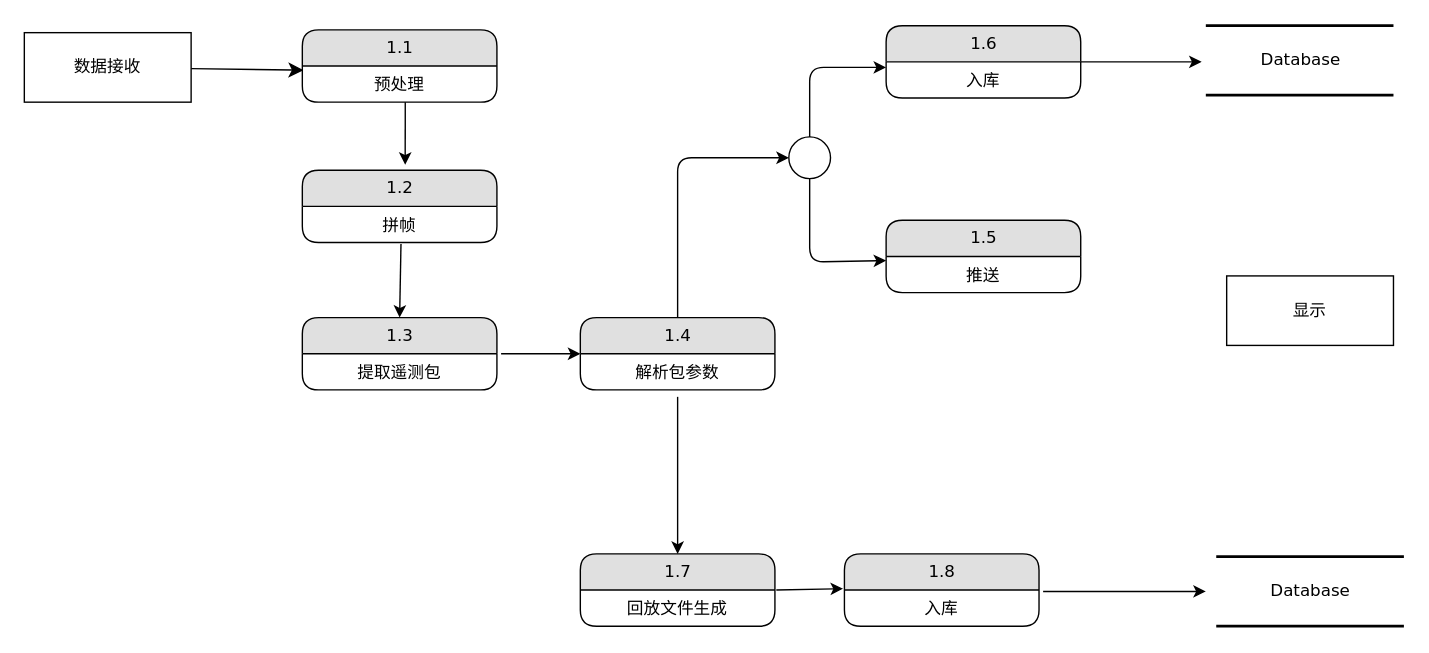
This is images/Untitled Diagram.drawio from ShandowOfStarLight/love_bot, a draw.io file, before an edit. Source tidied: cells renumbered, new cells numbered last; positions are measured from the earlier drawing's top-left corner, leaving out a move shared by most shapes. Both pictures are drawn from the tidied source at 139%, with x=0, y=0 at pixel (24, 25).
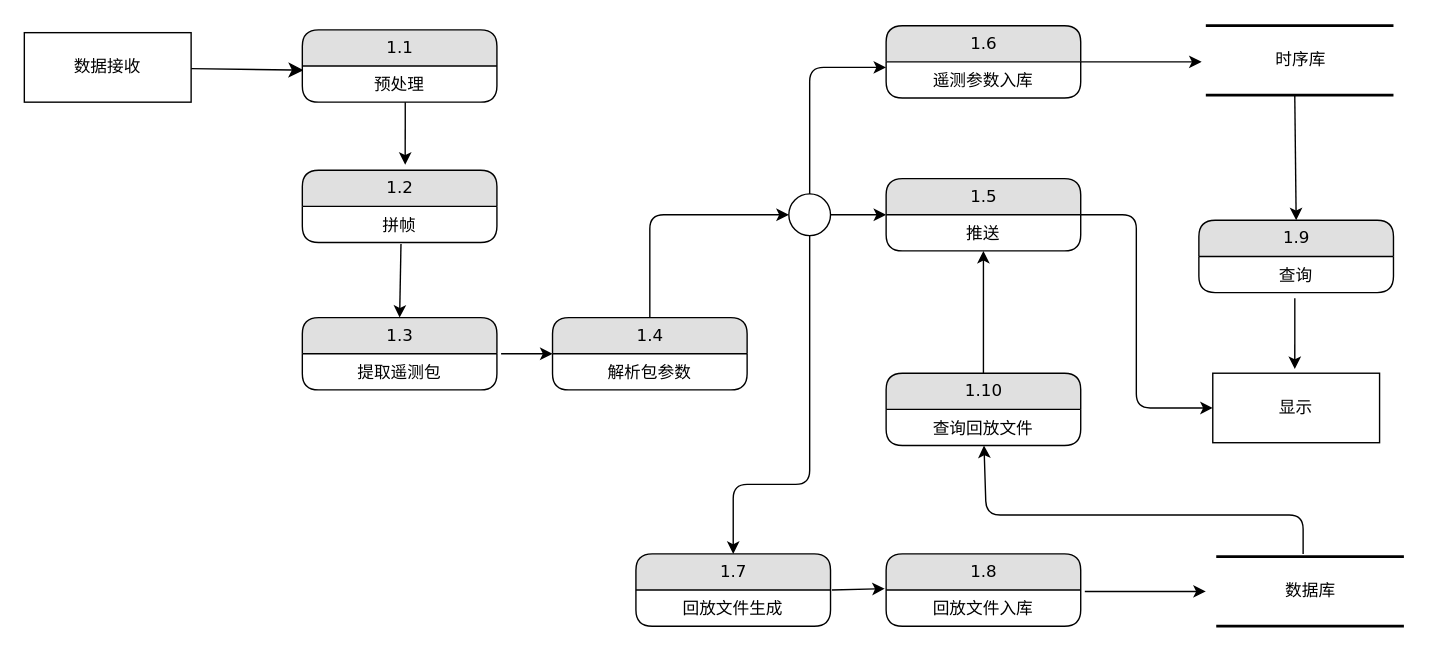
After the change.

Unchanged cells that the change refers to:
```xml
<mxCell id="7" value="推送" style="text;html=1;strokeColor=none;fillColor=none;spacingLeft=4;spacingRight=4;whiteSpace=wrap;overflow=hidden;points=[[0,0.5],[1,0.5]];portConstraint=eastwest;align=center;" parent="6" vertex="1">
  <mxGeometry y="26" width="140" height="26" as="geometry" />
</mxCell>
<mxCell id="9" value="1.6" style="swimlane;html=1;fontStyle=0;horizontal=1;startSize=26;fillColor=#e0e0e0;swimlaneFillColor=#ffffff;align=center;rounded=1;shadow=0;comic=0;labelBackgroundColor=none;strokeWidth=1;fontFamily=Verdana;fontSize=12;" parent="1" vertex="1">
  <mxGeometry x="620" width="140" height="52" as="geometry" />
</mxCell>
```

Change to the diagram source:
```diff
@@
-    <mxCell id="2" value="Database" style="html=1;rounded=0;shadow=0;comic=0;labelBackgroundColor=none;strokeWidth=2;fontFamily=Verdana;fontSize=12;align=center;shape=mxgraph.ios7ui.horLines;" parent="1" vertex="1">
+    <mxCell id="2" value="时序库" style="html=1;rounded=0;shadow=0;comic=0;labelBackgroundColor=none;strokeWidth=2;fontFamily=Verdana;fontSize=12;align=center;shape=mxgraph.ios7ui.horLines;" parent="1" vertex="1">
       <mxGeometry x="850" width="135" height="50" as="geometry" />
     </mxCell>
     <mxCell id="3" value="显示" style="whiteSpace=wrap;html=1;rounded=0;shadow=0;comic=0;labelBackgroundColor=none;strokeWidth=1;fontFamily=Verdana;fontSize=12;align=center;" parent="1" vertex="1">
-      <mxGeometry x="865" y="180" width="120" height="50" as="geometry" />
+      <mxGeometry x="855" y="250" width="120" height="50" as="geometry" />
     </mxCell>
@@
     <mxCell id="6" value="1.5" style="swimlane;html=1;fontStyle=0;horizontal=1;startSize=26;fillColor=#e0e0e0;swimlaneFillColor=#ffffff;align=center;rounded=1;shadow=0;comic=0;labelBackgroundColor=none;strokeWidth=1;fontFamily=Verdana;fontSize=12;" parent="1" vertex="1">
-      <mxGeometry x="620" y="140" width="140" height="52" as="geometry" />
+      <mxGeometry x="620" y="110" width="140" height="52" as="geometry" />
     </mxCell>
+    <mxCell id="34" style="endArrow=classic;html=1;entryX=0;entryY=0.5;entryDx=0;entryDy=0;" parent="6" edge="1" target="3">
+      <mxGeometry relative="1" as="geometry">
+        <mxPoint x="140" y="26" as="sourcePoint" />
+        <Array as="points">
+          <mxPoint x="180" y="26" />
+          <mxPoint x="180" y="165" />
+        </Array>
+      </mxGeometry>
+    </mxCell>
@@
-    <mxCell id="8" value="Database" style="html=1;rounded=0;shadow=0;comic=0;labelBackgroundColor=none;strokeWidth=2;fontFamily=Verdana;fontSize=12;align=center;shape=mxgraph.ios7ui.horLines;" parent="1" vertex="1">
+    <mxCell id="8" value="数据库" style="html=1;rounded=0;shadow=0;comic=0;labelBackgroundColor=none;strokeWidth=2;fontFamily=Verdana;fontSize=12;align=center;shape=mxgraph.ios7ui.horLines;" parent="1" vertex="1">
       <mxGeometry x="857.5" y="382" width="135" height="50" as="geometry" />
     </mxCell>
@@
-    <mxCell id="10" value="入库" style="text;html=1;strokeColor=none;fillColor=none;spacingLeft=4;spacingRight=4;whiteSpace=wrap;overflow=hidden;points=[[0,0.5],[1,0.5]];portConstraint=eastwest;align=center;" parent="9" vertex="1">
+    <mxCell id="10" value="遥测参数入库" style="text;html=1;strokeColor=none;fillColor=none;spacingLeft=4;spacingRight=4;whiteSpace=wrap;overflow=hidden;points=[[0,0.5],[1,0.5]];portConstraint=eastwest;align=center;" parent="9" vertex="1">
       <mxGeometry y="26" width="140" height="26" as="geometry" />
     </mxCell>
@@
     <mxCell id="15" value="1.8" style="swimlane;html=1;fontStyle=0;horizontal=1;startSize=26;fillColor=#e0e0e0;swimlaneFillColor=#ffffff;align=center;rounded=1;shadow=0;comic=0;labelBackgroundColor=none;strokeWidth=1;fontFamily=Verdana;fontSize=12;" parent="1" vertex="1">
-      <mxGeometry x="590" y="380" width="140" height="52" as="geometry" />
+      <mxGeometry x="620" y="380" width="140" height="52" as="geometry" />
     </mxCell>
-    <mxCell id="16" value="入库" style="text;html=1;strokeColor=none;fillColor=none;spacingLeft=4;spacingRight=4;whiteSpace=wrap;overflow=hidden;points=[[0,0.5],[1,0.5]];portConstraint=eastwest;align=center;" parent="15" vertex="1">
+    <mxCell id="16" value="回放文件入库" style="text;html=1;strokeColor=none;fillColor=none;spacingLeft=4;spacingRight=4;whiteSpace=wrap;overflow=hidden;points=[[0,0.5],[1,0.5]];portConstraint=eastwest;align=center;" parent="15" vertex="1">
       <mxGeometry y="26" width="140" height="26" as="geometry" />
     </mxCell>
@@
     <mxCell id="19" value="1.4" style="swimlane;html=1;fontStyle=0;horizontal=1;startSize=26;fillColor=#e0e0e0;swimlaneFillColor=#ffffff;align=center;rounded=1;shadow=0;comic=0;labelBackgroundColor=none;strokeWidth=1;fontFamily=Verdana;fontSize=12;" parent="1" vertex="1">
-      <mxGeometry x="400" y="210" width="140" height="52" as="geometry" />
+      <mxGeometry x="380" y="210" width="140" height="52" as="geometry" />
     </mxCell>
@@
     <mxCell id="21" value="1.7" style="swimlane;html=1;fontStyle=0;horizontal=1;startSize=26;fillColor=#e0e0e0;swimlaneFillColor=#ffffff;align=center;rounded=1;shadow=0;comic=0;labelBackgroundColor=none;strokeWidth=1;fontFamily=Verdana;fontSize=12;" parent="1" vertex="1">
-      <mxGeometry x="400" y="380" width="140" height="52" as="geometry" />
+      <mxGeometry x="440" y="380" width="140" height="52" as="geometry" />
     </mxCell>
@@
     <mxCell id="24" style="endArrow=classic;html=1;exitX=0.5;exitY=0;exitDx=0;exitDy=0;entryX=0;entryY=0.5;entryDx=0;entryDy=0;" parent="1" edge="1" source="19" target="26">
       <mxGeometry relative="1" as="geometry">
         <Array as="points">
-          <mxPoint x="470" y="140" />
-          <mxPoint x="470" y="95" />
+          <mxPoint x="450" y="136" />
         </Array>
       </mxGeometry>
     </mxCell>
@@
     <mxCell id="26" style="ellipse;whiteSpace=wrap;html=1;rounded=1;shadow=0;comic=0;labelBackgroundColor=none;strokeWidth=1;fontFamily=Verdana;fontSize=12;align=center;" parent="1" vertex="1">
-      <mxGeometry x="550" y="80" width="30" height="30" as="geometry" />
+      <mxGeometry x="550" y="121" width="30" height="30" as="geometry" />
     </mxCell>
-    <mxCell id="27" style="endArrow=classic;html=1;exitX=0.5;exitY=1;exitDx=0;exitDy=0;" parent="1" edge="1" source="26">
+    <mxCell id="27" style="endArrow=classic;html=1;exitX=0.5;exitY=1;exitDx=0;exitDy=0;entryX=0.5;entryY=0;entryDx=0;entryDy=0;" parent="1" edge="1" source="26" target="21">
       <mxGeometry relative="1" as="geometry">
-        <mxPoint x="620" y="169" as="targetPoint" />
         <Array as="points">
-          <mxPoint x="565" y="170" />
+          <mxPoint x="565" y="330" />
+          <mxPoint x="510" y="330" />
         </Array>
       </mxGeometry>
     </mxCell>
@@
-    <mxCell id="33" style="endArrow=classic;html=1;entryX=0.5;entryY=0;entryDx=0;entryDy=0;" parent="1" edge="1" target="21">
-      <mxGeometry relative="1" as="geometry">
-        <mxPoint x="470" y="267" as="sourcePoint" />
-      </mxGeometry>
-    </mxCell>
+    <mxCell id="35" value="1.9" style="swimlane;html=1;fontStyle=0;horizontal=1;startSize=26;fillColor=#e0e0e0;swimlaneFillColor=#ffffff;align=center;rounded=1;shadow=0;comic=0;labelBackgroundColor=none;strokeWidth=1;fontFamily=Verdana;fontSize=12;" parent="1" vertex="1">
+      <mxGeometry x="845" y="140" width="140" height="52" as="geometry" />
+    </mxCell>
+    <mxCell id="36" value="查询" style="text;html=1;strokeColor=none;fillColor=none;spacingLeft=4;spacingRight=4;whiteSpace=wrap;overflow=hidden;points=[[0,0.5],[1,0.5]];portConstraint=eastwest;align=center;" parent="35" vertex="1">
+      <mxGeometry y="26" width="140" height="26" as="geometry" />
+    </mxCell>
+    <mxCell id="37" style="endArrow=classic;html=1;exitX=0.474;exitY=1;exitDx=0;exitDy=0;exitPerimeter=0;entryX=0.5;entryY=0;entryDx=0;entryDy=0;" parent="1" edge="1" source="2" target="35">
+      <mxGeometry relative="1" as="geometry" />
+    </mxCell>
+    <mxCell id="38" style="endArrow=classic;html=1;exitX=0.493;exitY=1.154;exitDx=0;exitDy=0;exitPerimeter=0;" parent="1" edge="1" source="36">
+      <mxGeometry relative="1" as="geometry">
+        <mxPoint x="914" y="247" as="targetPoint" />
+      </mxGeometry>
+    </mxCell>
+    <mxCell id="39" style="endArrow=classic;html=1;exitX=0.463;exitY=-0.04;exitDx=0;exitDy=0;exitPerimeter=0;" parent="1" edge="1" source="8" target="41">
+      <mxGeometry relative="1" as="geometry">
+        <Array as="points">
+          <mxPoint x="920" y="352" />
+          <mxPoint x="692" y="352" />
+        </Array>
+      </mxGeometry>
+    </mxCell>
+    <mxCell id="40" value="1.10" style="swimlane;html=1;fontStyle=0;horizontal=1;startSize=26;fillColor=#e0e0e0;swimlaneFillColor=#ffffff;align=center;rounded=1;shadow=0;comic=0;labelBackgroundColor=none;strokeWidth=1;fontFamily=Verdana;fontSize=12;" parent="1" vertex="1">
+      <mxGeometry x="620" y="250" width="140" height="52" as="geometry" />
+    </mxCell>
+    <mxCell id="41" value="查询回放文件" style="text;html=1;strokeColor=none;fillColor=none;spacingLeft=4;spacingRight=4;whiteSpace=wrap;overflow=hidden;points=[[0,0.5],[1,0.5]];portConstraint=eastwest;align=center;" parent="40" vertex="1">
+      <mxGeometry y="26" width="140" height="26" as="geometry" />
+    </mxCell>
+    <mxCell id="42" style="endArrow=classic;html=1;" parent="1" edge="1" target="7">
+      <mxGeometry relative="1" as="geometry">
+        <mxPoint x="690" y="250" as="sourcePoint" />
+      </mxGeometry>
+    </mxCell>
+    <mxCell id="43" style="endArrow=classic;html=1;entryX=0;entryY=0.5;entryDx=0;entryDy=0;exitX=1;exitY=0.5;exitDx=0;exitDy=0;" parent="1" edge="1" source="26" target="6">
+      <mxGeometry relative="1" as="geometry" />
+    </mxCell>
```
